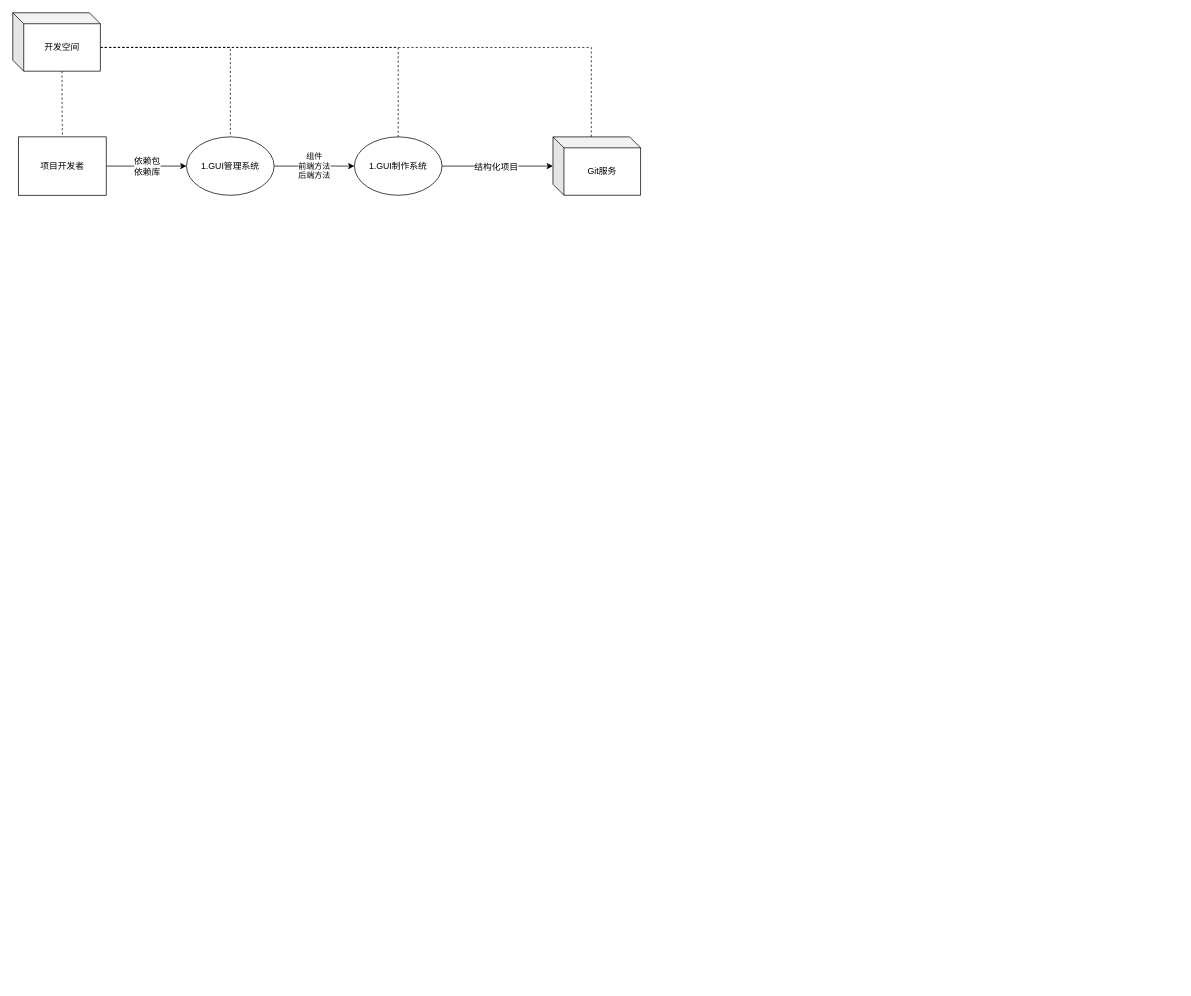
This is GUI-dfd.drawio from Janmin/draw.io, a draw.io file, before an edit. Source tidied: cells renumbered, new cells numbered last; positions are measured from the earlier drawing's top-left corner, leaving out a move shared by most shapes. Both pictures are drawn from the tidied source at 73%, with x=0, y=0 at pixel (12, 12).
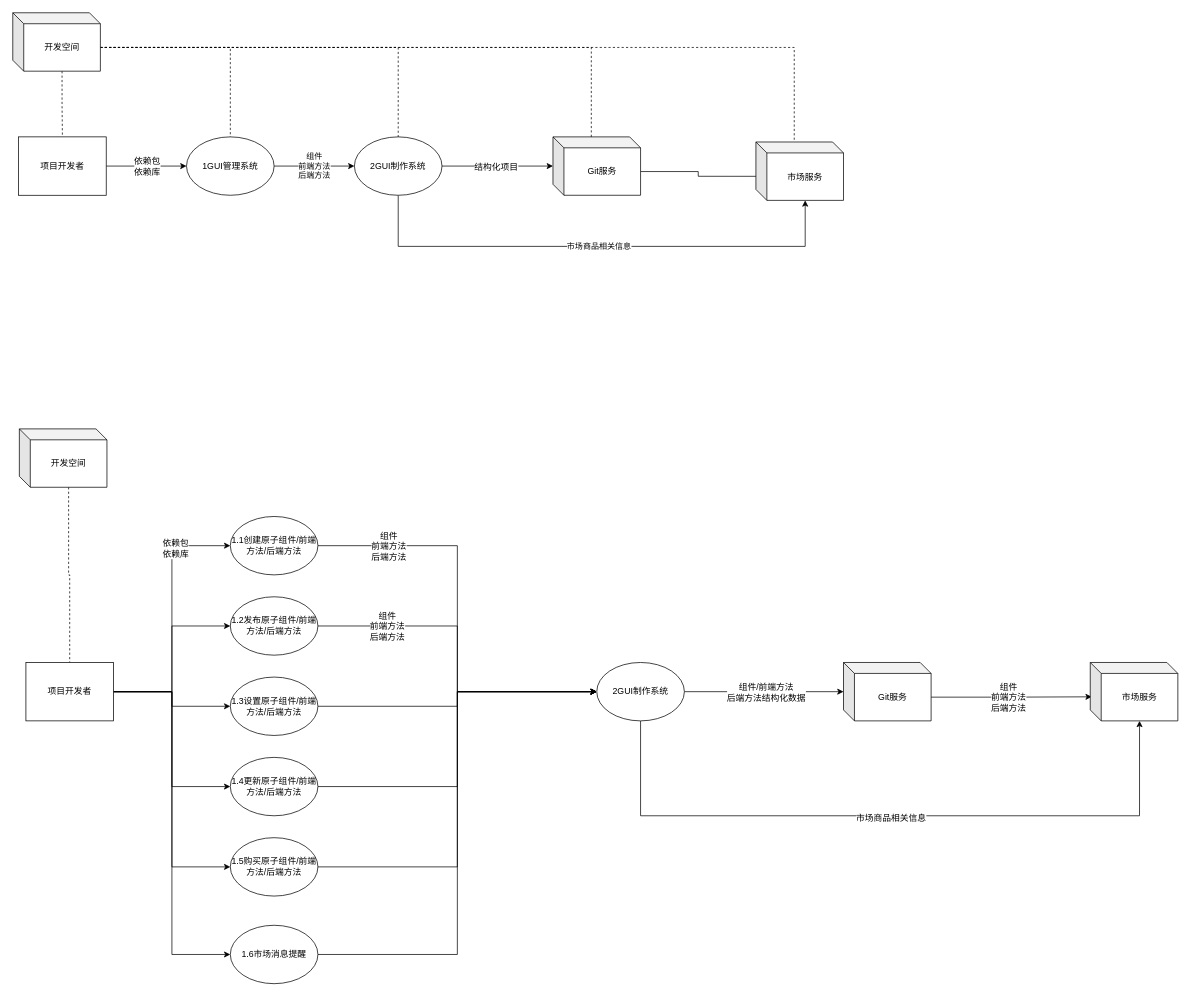
The same diagram, later.

Unchanged cells that the change refers to:
```xml
<mxCell id="6" value="开发空间" style="shape=cube;whiteSpace=wrap;html=1;boundedLbl=1;backgroundOutline=1;darkOpacity=0.05;darkOpacity2=0.1;size=15;" parent="1" vertex="1">
  <mxGeometry width="120" height="80" as="geometry" />
</mxCell>
<mxCell id="15" value="Git服务" style="shape=cube;whiteSpace=wrap;html=1;boundedLbl=1;backgroundOutline=1;darkOpacity=0.05;darkOpacity2=0.1;size=15;" parent="1" vertex="1">
  <mxGeometry x="740" y="170" width="120" height="80" as="geometry" />
</mxCell>
```

The edit, as a diff of the source:
```diff
@@
+    <mxCell id="16" style="edgeStyle=orthogonalEdgeStyle;rounded=0;jettySize=auto;html=1;exitX=0;exitY=0;exitDx=120;exitDy=47.5;exitPerimeter=0;entryX=0;entryY=0;entryDx=52.5;entryDy=0;entryPerimeter=0;endArrow=none;endFill=0;dashed=1;" parent="1" edge="1" source="6" target="51">
+      <mxGeometry relative="1" as="geometry" />
+    </mxCell>
@@
-    <mxCell id="11" value="1.GUI管理系统" style="ellipse;whiteSpace=wrap;html=1;" parent="1" vertex="1">
+    <mxCell id="11" value="1GUI管理系统" style="ellipse;whiteSpace=wrap;html=1;" parent="1" vertex="1">
       <mxGeometry x="238" y="170" width="120" height="80" as="geometry" />
     </mxCell>
@@
+    <mxCell id="17" value="市场商品相关信息" style="edgeStyle=orthogonalEdgeStyle;rounded=0;jettySize=auto;html=1;exitX=0.5;exitY=1;exitDx=0;exitDy=0;entryX=0;entryY=0;entryDx=67.5;entryDy=80;entryPerimeter=0;endArrow=classic;endFill=1;" parent="1" edge="1" source="14" target="51">
+      <mxGeometry relative="1" as="geometry">
+        <Array as="points">
+          <mxPoint x="528" y="320" />
+          <mxPoint x="1086" y="320" />
+        </Array>
+      </mxGeometry>
+    </mxCell>
-    <mxCell id="14" value="1.GUI制作系统" style="ellipse;whiteSpace=wrap;html=1;" parent="1" vertex="1">
+    <mxCell id="14" value="2GUI制作系统" style="ellipse;whiteSpace=wrap;html=1;" parent="1" vertex="1">
       <mxGeometry x="468" y="170" width="120" height="80" as="geometry" />
     </mxCell>
+    <mxCell id="18" style="edgeStyle=orthogonalEdgeStyle;rounded=0;jettySize=auto;html=1;exitX=0;exitY=0;exitDx=120;exitDy=47.5;exitPerimeter=0;entryX=0.083;entryY=0.588;entryDx=0;entryDy=0;entryPerimeter=0;endArrow=classic;endFill=1;" parent="1" edge="1" source="15" target="51">
+      <mxGeometry relative="1" as="geometry" />
+    </mxCell>
@@
+    <mxCell id="19" style="edgeStyle=orthogonalEdgeStyle;rounded=0;jettySize=auto;html=1;exitX=0;exitY=0;exitDx=67.5;exitDy=80;exitPerimeter=0;endArrow=none;endFill=0;dashed=1;" parent="1" edge="1" source="20" target="28">
+      <mxGeometry relative="1" as="geometry" />
+    </mxCell>
+    <mxCell id="20" value="开发空间" style="shape=cube;whiteSpace=wrap;html=1;boundedLbl=1;backgroundOutline=1;darkOpacity=0.05;darkOpacity2=0.1;size=15;" parent="1" vertex="1">
+      <mxGeometry x="9" y="570" width="120" height="80" as="geometry" />
+    </mxCell>
+    <mxCell id="21" style="edgeStyle=orthogonalEdgeStyle;rounded=0;jettySize=auto;html=1;exitX=1;exitY=0.5;exitDx=0;exitDy=0;entryX=0;entryY=0.5;entryDx=0;entryDy=0;endArrow=classic;endFill=1;" parent="1" edge="1" source="28" target="31">
+      <mxGeometry relative="1" as="geometry" />
+    </mxCell>
+    <mxCell id="22" value="依赖包&lt;br&gt;依赖库" style="text;html=1;align=center;verticalAlign=middle;labelBackgroundColor=#ffffff;" parent="21" vertex="1">
+      <mxGeometry x="0.58" y="-3" relative="1" as="geometry" />
+    </mxCell>
+    <mxCell id="23" style="edgeStyle=orthogonalEdgeStyle;rounded=0;jettySize=auto;html=1;exitX=1;exitY=0.5;exitDx=0;exitDy=0;entryX=0;entryY=0.5;entryDx=0;entryDy=0;endArrow=classic;endFill=1;" parent="1" edge="1" source="28" target="36">
+      <mxGeometry relative="1" as="geometry" />
+    </mxCell>
+    <mxCell id="24" style="edgeStyle=orthogonalEdgeStyle;rounded=0;jettySize=auto;html=1;exitX=1;exitY=0.5;exitDx=0;exitDy=0;entryX=0;entryY=0.5;entryDx=0;entryDy=0;endArrow=classic;endFill=1;" parent="1" edge="1" source="28" target="38">
+      <mxGeometry relative="1" as="geometry" />
+    </mxCell>
+    <mxCell id="25" style="edgeStyle=orthogonalEdgeStyle;rounded=0;jettySize=auto;html=1;exitX=1;exitY=0.5;exitDx=0;exitDy=0;entryX=0;entryY=0.5;entryDx=0;entryDy=0;endArrow=classic;endFill=1;" parent="1" edge="1" source="28" target="40">
+      <mxGeometry relative="1" as="geometry" />
+    </mxCell>
+    <mxCell id="26" style="edgeStyle=orthogonalEdgeStyle;rounded=0;jettySize=auto;html=1;exitX=1;exitY=0.5;exitDx=0;exitDy=0;entryX=0;entryY=0.5;entryDx=0;entryDy=0;endArrow=classic;endFill=1;" parent="1" edge="1" source="28" target="42">
+      <mxGeometry relative="1" as="geometry" />
+    </mxCell>
+    <mxCell id="27" style="edgeStyle=orthogonalEdgeStyle;rounded=0;jettySize=auto;html=1;exitX=1;exitY=0.5;exitDx=0;exitDy=0;entryX=0;entryY=0.5;entryDx=0;entryDy=0;endArrow=classic;endFill=1;" parent="1" edge="1" source="28" target="34">
+      <mxGeometry relative="1" as="geometry" />
+    </mxCell>
+    <mxCell id="28" value="项目开发者" style="rounded=0;whiteSpace=wrap;html=1;" parent="1" vertex="1">
+      <mxGeometry x="18" y="890" width="120" height="80" as="geometry" />
+    </mxCell>
+    <mxCell id="29" style="edgeStyle=orthogonalEdgeStyle;rounded=0;jettySize=auto;html=1;exitX=1;exitY=0.5;exitDx=0;exitDy=0;entryX=0;entryY=0.5;entryDx=0;entryDy=0;endArrow=classic;endFill=1;" parent="1" edge="1" source="31" target="47">
+      <mxGeometry relative="1" as="geometry" />
+    </mxCell>
+    <mxCell id="30" value="组件&lt;br&gt;前端方法&lt;br&gt;后端方法" style="text;html=1;align=center;verticalAlign=middle;labelBackgroundColor=#ffffff;" parent="29" vertex="1">
+      <mxGeometry x="-0.67" relative="1" as="geometry" />
+    </mxCell>
+    <mxCell id="31" value="1.1创建原子组件/前端方法/后端方法" style="ellipse;whiteSpace=wrap;html=1;" parent="1" vertex="1">
+      <mxGeometry x="298" y="690" width="120" height="80" as="geometry" />
+    </mxCell>
+    <mxCell id="32" style="edgeStyle=orthogonalEdgeStyle;rounded=0;jettySize=auto;html=1;exitX=1;exitY=0.5;exitDx=0;exitDy=0;entryX=0;entryY=0.5;entryDx=0;entryDy=0;endArrow=classic;endFill=1;" parent="1" edge="1" source="34" target="47">
+      <mxGeometry relative="1" as="geometry" />
+    </mxCell>
+    <mxCell id="33" value="组件&lt;br&gt;前端方法&lt;br&gt;后端方法" style="text;html=1;align=center;verticalAlign=middle;labelBackgroundColor=#ffffff;" parent="32" vertex="1">
+      <mxGeometry x="-0.6" relative="1" as="geometry" />
+    </mxCell>
+    <mxCell id="34" value="1.2发布原子组件/前端方法/后端方法" style="ellipse;whiteSpace=wrap;html=1;" parent="1" vertex="1">
+      <mxGeometry x="298" y="800" width="120" height="80" as="geometry" />
+    </mxCell>
+    <mxCell id="35" style="edgeStyle=orthogonalEdgeStyle;rounded=0;jettySize=auto;html=1;exitX=1;exitY=0.5;exitDx=0;exitDy=0;endArrow=classic;endFill=1;" parent="1" edge="1" source="36" target="47">
+      <mxGeometry relative="1" as="geometry" />
+    </mxCell>
+    <mxCell id="36" value="1.3设置原子组件/前端方法/后端方法" style="ellipse;whiteSpace=wrap;html=1;" parent="1" vertex="1">
+      <mxGeometry x="298" y="910" width="120" height="80" as="geometry" />
+    </mxCell>
+    <mxCell id="37" style="edgeStyle=orthogonalEdgeStyle;rounded=0;jettySize=auto;html=1;exitX=1;exitY=0.5;exitDx=0;exitDy=0;entryX=0;entryY=0.5;entryDx=0;entryDy=0;endArrow=classic;endFill=1;" parent="1" edge="1" source="38" target="47">
+      <mxGeometry relative="1" as="geometry" />
+    </mxCell>
+    <mxCell id="38" value="1.4更新原子组件/前端方法/后端方法" style="ellipse;whiteSpace=wrap;html=1;" parent="1" vertex="1">
+      <mxGeometry x="298" y="1020" width="120" height="80" as="geometry" />
+    </mxCell>
+    <mxCell id="39" style="edgeStyle=orthogonalEdgeStyle;rounded=0;jettySize=auto;html=1;exitX=1;exitY=0.5;exitDx=0;exitDy=0;entryX=0;entryY=0.5;entryDx=0;entryDy=0;endArrow=classic;endFill=1;" parent="1" edge="1" source="40" target="47">
+      <mxGeometry relative="1" as="geometry" />
+    </mxCell>
+    <mxCell id="40" value="1.5购买原子组件/前端方法/后端方法" style="ellipse;whiteSpace=wrap;html=1;" parent="1" vertex="1">
+      <mxGeometry x="298" y="1130" width="120" height="80" as="geometry" />
+    </mxCell>
+    <mxCell id="41" style="edgeStyle=orthogonalEdgeStyle;rounded=0;jettySize=auto;html=1;exitX=1;exitY=0.5;exitDx=0;exitDy=0;entryX=0;entryY=0.5;entryDx=0;entryDy=0;endArrow=classic;endFill=1;" parent="1" edge="1" source="42" target="47">
+      <mxGeometry relative="1" as="geometry" />
+    </mxCell>
+    <mxCell id="42" value="1.6市场消息提醒" style="ellipse;whiteSpace=wrap;html=1;" parent="1" vertex="1">
+      <mxGeometry x="298" y="1250" width="120" height="80" as="geometry" />
+    </mxCell>
+    <mxCell id="43" style="edgeStyle=orthogonalEdgeStyle;rounded=0;jettySize=auto;html=1;exitX=1;exitY=0.5;exitDx=0;exitDy=0;endArrow=classic;endFill=1;" parent="1" edge="1" source="47" target="50">
+      <mxGeometry relative="1" as="geometry" />
+    </mxCell>
+    <mxCell id="44" value="组件/前端方法&lt;br&gt;后端方法结构化数据" style="text;html=1;align=center;verticalAlign=middle;labelBackgroundColor=#ffffff;" parent="43" vertex="1">
+      <mxGeometry x="0.02" relative="1" as="geometry" />
+    </mxCell>
+    <mxCell id="45" style="edgeStyle=orthogonalEdgeStyle;rounded=0;jettySize=auto;html=1;exitX=0.5;exitY=1;exitDx=0;exitDy=0;entryX=0;entryY=0;entryDx=67.5;entryDy=80;entryPerimeter=0;endArrow=classic;endFill=1;" parent="1" edge="1" source="47" target="52">
+      <mxGeometry relative="1" as="geometry">
+        <Array as="points">
+          <mxPoint x="860" y="1100" />
+          <mxPoint x="1544" y="1100" />
+        </Array>
+      </mxGeometry>
+    </mxCell>
+    <mxCell id="46" value="市场商品相关信息" style="text;html=1;align=center;verticalAlign=middle;labelBackgroundColor=#ffffff;" parent="45" vertex="1">
+      <mxGeometry y="-2" relative="1" as="geometry" />
+    </mxCell>
+    <mxCell id="47" value="2GUI制作系统" style="ellipse;whiteSpace=wrap;html=1;" parent="1" vertex="1">
+      <mxGeometry x="800" y="890" width="120" height="80" as="geometry" />
+    </mxCell>
+    <mxCell id="48" style="edgeStyle=orthogonalEdgeStyle;rounded=0;jettySize=auto;html=1;exitX=0;exitY=0;exitDx=120;exitDy=47.5;exitPerimeter=0;entryX=0.017;entryY=0.588;entryDx=0;entryDy=0;entryPerimeter=0;endArrow=classic;endFill=1;" parent="1" edge="1" source="50" target="52">
+      <mxGeometry relative="1" as="geometry" />
+    </mxCell>
+    <mxCell id="49" value="组件&lt;br&gt;前端方法&lt;br&gt;后端方法" style="text;html=1;align=center;verticalAlign=middle;labelBackgroundColor=#ffffff;" parent="48" vertex="1">
+      <mxGeometry x="-0.05" relative="1" as="geometry" />
+    </mxCell>
+    <mxCell id="50" value="Git服务" style="shape=cube;whiteSpace=wrap;html=1;boundedLbl=1;backgroundOutline=1;darkOpacity=0.05;darkOpacity2=0.1;size=15;" parent="1" vertex="1">
+      <mxGeometry x="1138" y="890" width="120" height="80" as="geometry" />
+    </mxCell>
+    <mxCell id="51" value="市场服务" style="shape=cube;whiteSpace=wrap;html=1;boundedLbl=1;backgroundOutline=1;darkOpacity=0.05;darkOpacity2=0.1;size=15;" parent="1" vertex="1">
+      <mxGeometry x="1018" y="177" width="120" height="80" as="geometry" />
+    </mxCell>
+    <mxCell id="52" value="市场服务" style="shape=cube;whiteSpace=wrap;html=1;boundedLbl=1;backgroundOutline=1;darkOpacity=0.05;darkOpacity2=0.1;size=15;" parent="1" vertex="1">
+      <mxGeometry x="1476" y="890" width="120" height="80" as="geometry" />
+    </mxCell>
```
